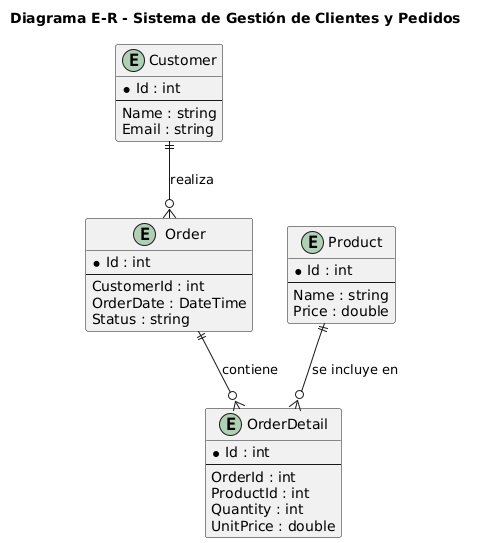
This is assets/diagrams/diagramaEntidadRelacion.png from Riwi-Nebula/SistemaGestionClientesPedidos_HU1, a PlantUML export, as it was before one commit. Its diagram source:
```plantuml
@startuml
title Diagrama E-R - Sistema de Gestión de Clientes y Pedidos

entity "Customer" as Customer {
  * Id : int
  --
  Name : string
  Email : string
}

entity "Order" as Order {
  * Id : int
  --
  CustomerId : int
  OrderDate : DateTime
  Status : string
}

entity "OrderDetail" as OrderDetail {
  * Id : int
  --
  OrderId : int
  ProductId : int
  Quantity : int
  UnitPrice : double
}

entity "Product" as Product {
  * Id : int
  --
  Name : string
  Price : double
}

Customer ||--o{ Order : "realiza"
Order ||--o{ OrderDetail : "contiene"
Product ||--o{ OrderDetail : "se incluye en"
@enduml
```
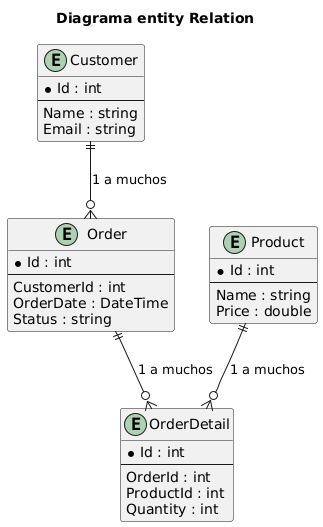
After the change.

Change to the diagram source:
```diff
@@ -1,38 +1,37 @@
 @startuml
-title Diagrama E-R - Sistema de Gestión de Clientes y Pedidos
+title Diagrama entity Relation
 
-entity "Customer" as Customer {
-  * Id : int
-  --
-  Name : string
-  Email : string
+entity Customer {
+    * Id : int
+    --
+    Name : string
+    Email : string
 }
 
-entity "Order" as Order {
-  * Id : int
-  --
-  CustomerId : int
-  OrderDate : DateTime
-  Status : string
+entity Order {
+    * Id : int
+    --
+    CustomerId : int
+    OrderDate : DateTime
+    Status : string
 }
 
-entity "OrderDetail" as OrderDetail {
-  * Id : int
-  --
-  OrderId : int
-  ProductId : int
-  Quantity : int
-  UnitPrice : double
+entity OrderDetail {
+    * Id : int
+    --
+    OrderId : int
+    ProductId : int
+    Quantity : int
 }
 
-entity "Product" as Product {
-  * Id : int
-  --
-  Name : string
-  Price : double
+entity Product {
+    * Id : int
+    --
+    Name : string
+    Price : double
 }
 
-Customer ||--o{ Order : "realiza"
-Order ||--o{ OrderDetail : "contiene"
-Product ||--o{ OrderDetail : "se incluye en"
+Customer ||--o{ Order : "1 a muchos"
+Order ||--o{ OrderDetail : "1 a muchos"
+Product ||--o{ OrderDetail : "1 a muchos"
 @enduml
```
